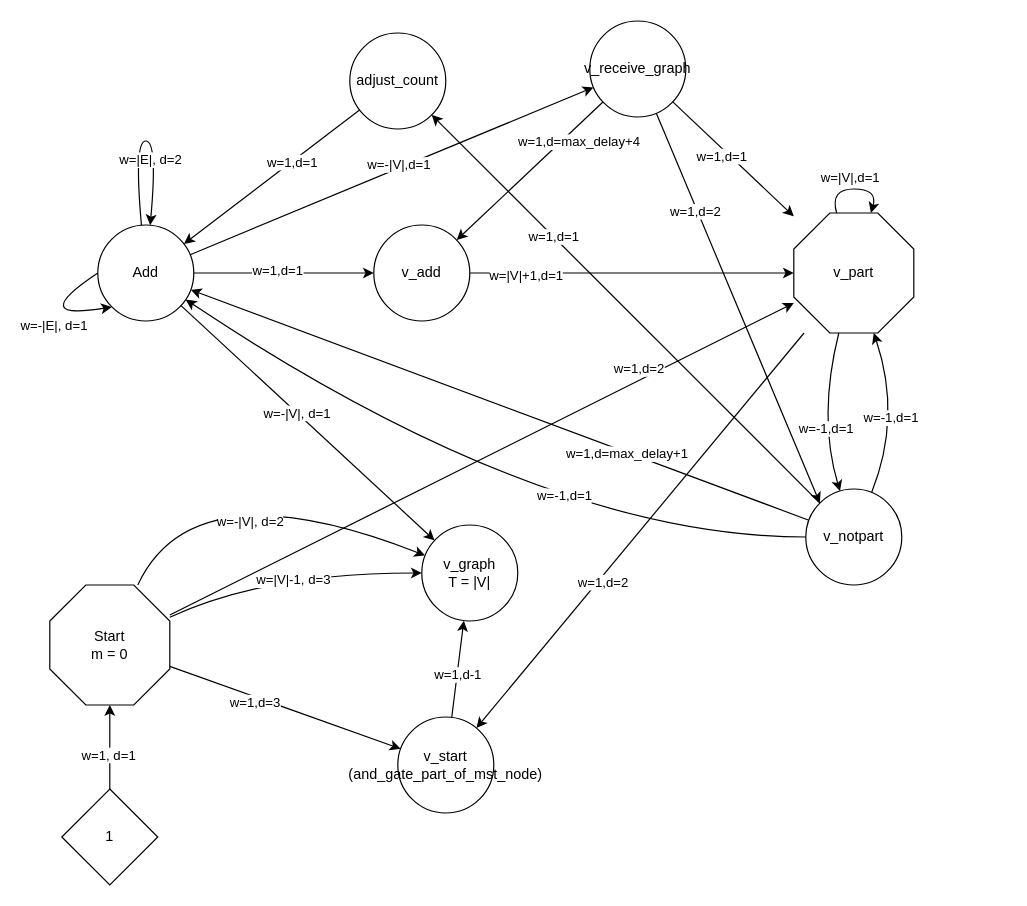
This is MaST/MaST.drawio from TSpeel/SNN-WPP, a draw.io file, before an edit. Source tidied: cells renumbered, new cells numbered last; positions are measured from the earlier drawing's top-left corner, leaving out a move shared by most shapes. Both pictures are drawn from the tidied source at 120%, with x=0, y=0 at pixel (25, 20).
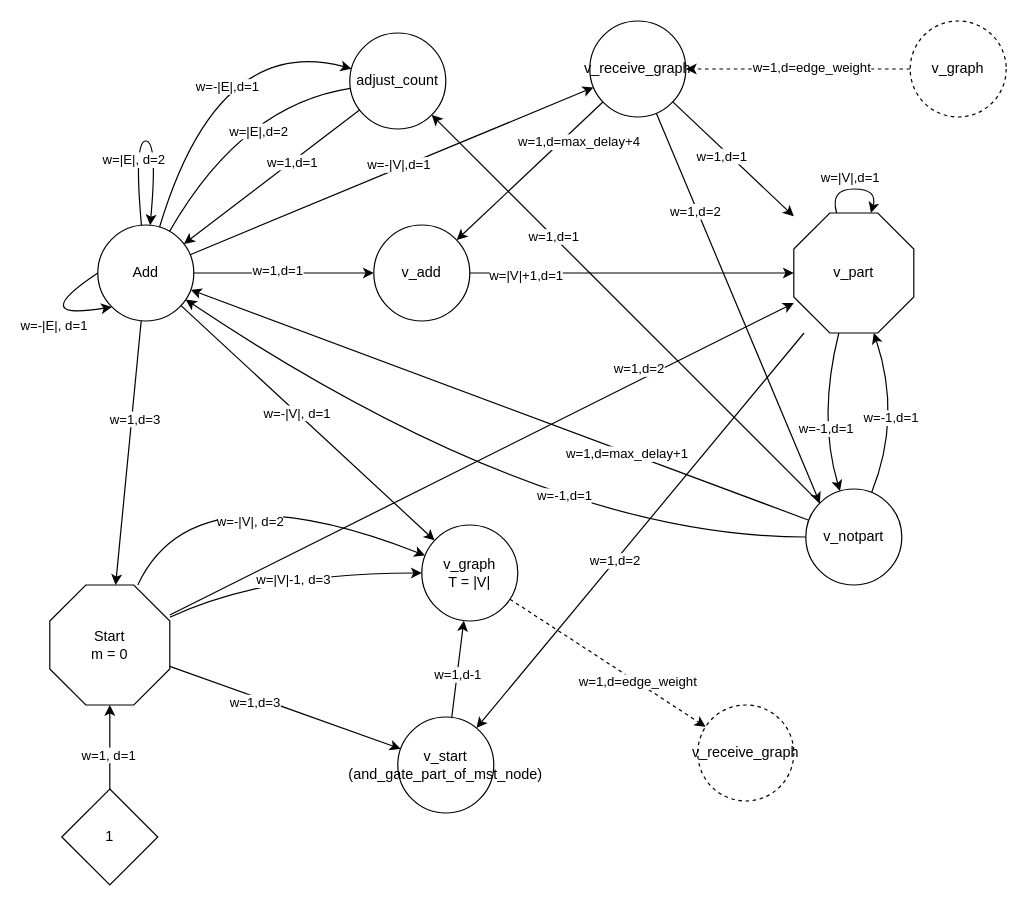
After the change.

Unchanged cells that the change refers to:
```xml
<mxCell id="3" value="Start&lt;div&gt;m = 0&lt;/div&gt;" style="whiteSpace=wrap;html=1;shape=mxgraph.basic.octagon2;align=center;verticalAlign=middle;dx=15;" parent="1" vertex="1">
  <mxGeometry x="20" y="470" width="100" height="100" as="geometry" />
</mxCell>
<mxCell id="6" value="v_graph&lt;div&gt;T = |V|&lt;/div&gt;" style="ellipse;whiteSpace=wrap;html=1;" parent="1" vertex="1">
  <mxGeometry x="330" y="420" width="80" height="80" as="geometry" />
</mxCell>
<mxCell id="19" style="endArrow=classic;html=1;rounded=0;" parent="1" edge="1" source="11" target="16">
  <mxGeometry relative="1" as="geometry" />
</mxCell>
<mxCell id="21" value="Add" style="ellipse;whiteSpace=wrap;html=1;" parent="1" vertex="1">
  <mxGeometry x="60" y="170" width="80" height="80" as="geometry" />
</mxCell>
<mxCell id="34" style="endArrow=classic;html=1;rounded=0;curved=1;elbow=vertical;" parent="1" edge="1" source="21" target="21">
  <mxGeometry relative="1" as="geometry">
    <Array as="points">
      <mxPoint x="100" y="100" />
    </Array>
  </mxGeometry>
</mxCell>
<mxCell id="36" value="adjust_count" style="ellipse;whiteSpace=wrap;html=1;" parent="1" vertex="1">
  <mxGeometry x="270" y="10" width="80" height="80" as="geometry" />
</mxCell>
<mxCell id="39" value="v_receive_graph" style="ellipse;whiteSpace=wrap;html=1;" parent="1" vertex="1">
  <mxGeometry x="470" width="80" height="80" as="geometry" />
</mxCell>
```

The edit, as a diff of the source:
```diff
@@
     <mxCell id="20" value="w=1,d=2" style="edgeLabel;html=1;align=center;verticalAlign=middle;" parent="19" vertex="1">
-      <mxGeometry x="0.25" y="3" relative="1" as="geometry" />
+      <mxGeometry x="0.25" y="3" relative="1" as="geometry">
+        <mxPoint x="10" y="-18" as="offset" />
+      </mxGeometry>
     </mxCell>
@@
     <mxCell id="35" value="w=|E|, d=2" style="edgeLabel;html=1;align=center;verticalAlign=middle;" parent="34" vertex="1">
-      <mxGeometry x="0.32" y="-5" relative="1" as="geometry" />
+      <mxGeometry x="0.32" y="-5" relative="1" as="geometry">
+        <mxPoint x="-14" as="offset" />
+      </mxGeometry>
     </mxCell>
@@
+    <mxCell id="58" value="v_graph" style="ellipse;whiteSpace=wrap;html=1;dashed=1;" parent="1" vertex="1">
+      <mxGeometry x="737" width="80" height="80" as="geometry" />
+    </mxCell>
+    <mxCell id="59" value="v_receive_graph" style="ellipse;whiteSpace=wrap;html=1;dashed=1;" parent="1" vertex="1">
+      <mxGeometry x="560" y="570" width="80" height="80" as="geometry" />
+    </mxCell>
+    <mxCell id="60" style="endArrow=classic;html=1;rounded=0;dashed=1;" parent="1" edge="1" source="6" target="59">
+      <mxGeometry relative="1" as="geometry" />
+    </mxCell>
+    <mxCell id="61" value="w=1,d=edge_weight" style="edgeLabel;html=1;align=center;verticalAlign=middle;" parent="60" vertex="1">
+      <mxGeometry x="0.08" y="1" relative="1" as="geometry">
+        <mxPoint x="18" y="12" as="offset" />
+      </mxGeometry>
+    </mxCell>
+    <mxCell id="62" style="endArrow=classic;html=1;rounded=0;dashed=1;" parent="1" edge="1" source="58" target="39">
+      <mxGeometry relative="1" as="geometry" />
+    </mxCell>
+    <mxCell id="63" value="w=1,d=edge_weight" style="edgeLabel;html=1;align=center;verticalAlign=middle;" parent="62" vertex="1">
+      <mxGeometry x="-0.11" y="-2" relative="1" as="geometry" />
+    </mxCell>
+    <mxCell id="64" style="endArrow=classic;html=1;rounded=0;" parent="1" edge="1" source="21" target="3">
+      <mxGeometry relative="1" as="geometry" />
+    </mxCell>
+    <mxCell id="65" value="w=1,d=3" style="edgeLabel;html=1;align=center;verticalAlign=middle;" parent="64" vertex="1">
+      <mxGeometry x="-0.26" y="2" relative="1" as="geometry" />
+    </mxCell>
+    <mxCell id="66" style="endArrow=classic;html=1;rounded=0;curved=1;" parent="1" edge="1" source="21" target="36">
+      <mxGeometry relative="1" as="geometry">
+        <Array as="points">
+          <mxPoint x="160" y="10" />
+        </Array>
+      </mxGeometry>
+    </mxCell>
+    <mxCell id="67" value="w=-|E|,d=1" style="edgeLabel;html=1;align=center;verticalAlign=middle;" parent="66" vertex="1">
+      <mxGeometry x="-0.1" y="-20" relative="1" as="geometry" />
+    </mxCell>
+    <mxCell id="68" style="endArrow=none;html=1;rounded=0;curved=1;" parent="1" edge="1" source="21" target="36">
+      <mxGeometry relative="1" as="geometry">
+        <Array as="points">
+          <mxPoint x="180" y="70" />
+        </Array>
+      </mxGeometry>
+    </mxCell>
+    <mxCell id="69" value="w=|E|,d=2" style="edgeLabel;html=1;align=center;verticalAlign=middle;" parent="68" vertex="1">
+      <mxGeometry x="0.02" y="-22" relative="1" as="geometry" />
+    </mxCell>
```
